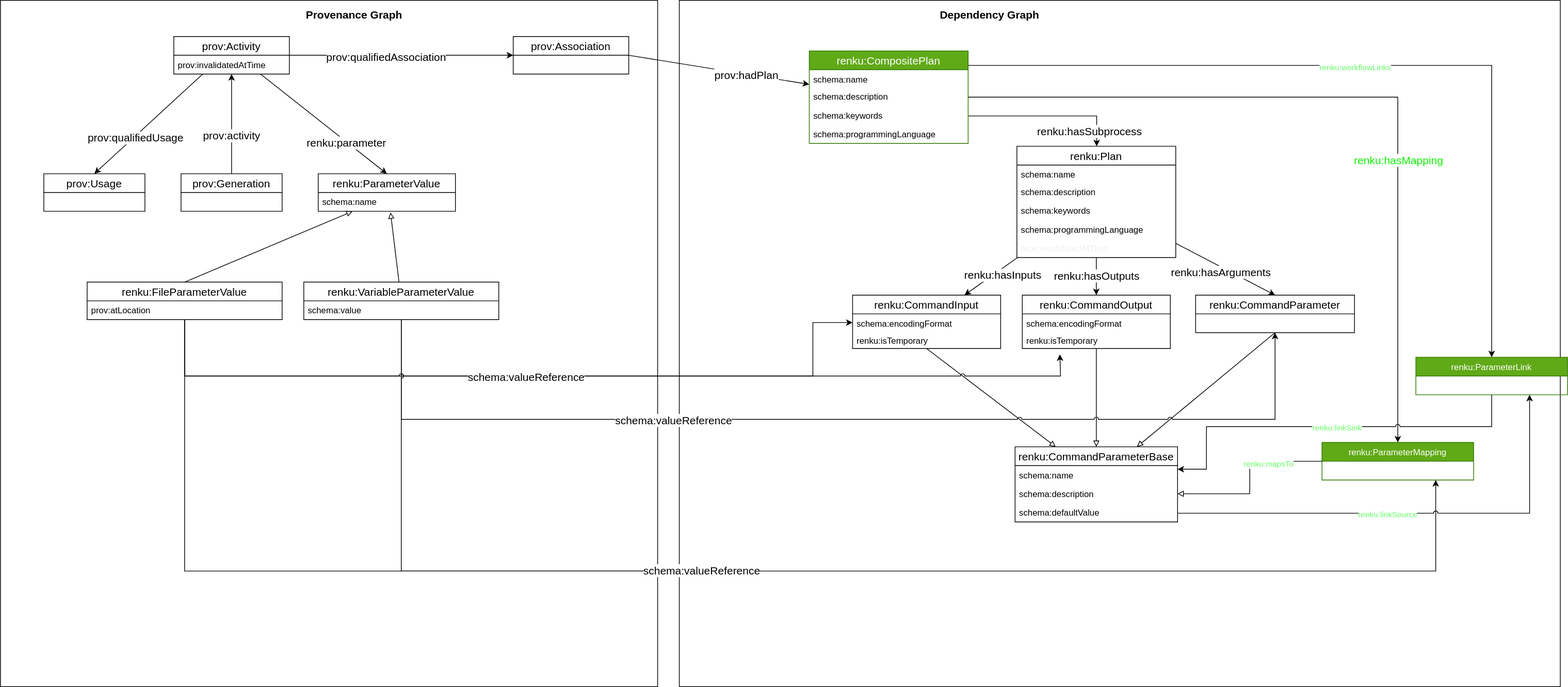
Before: design/001-new-workflow-commands/grouped-run-metadata.svg, a diagram exported from draw.io (SwissDataScienceCenter/renku-python). Source tidied: cells renumbered, new cells last; positions are measured from the earlier drawing's top-left corner, leaving out a move shared by most shapes.
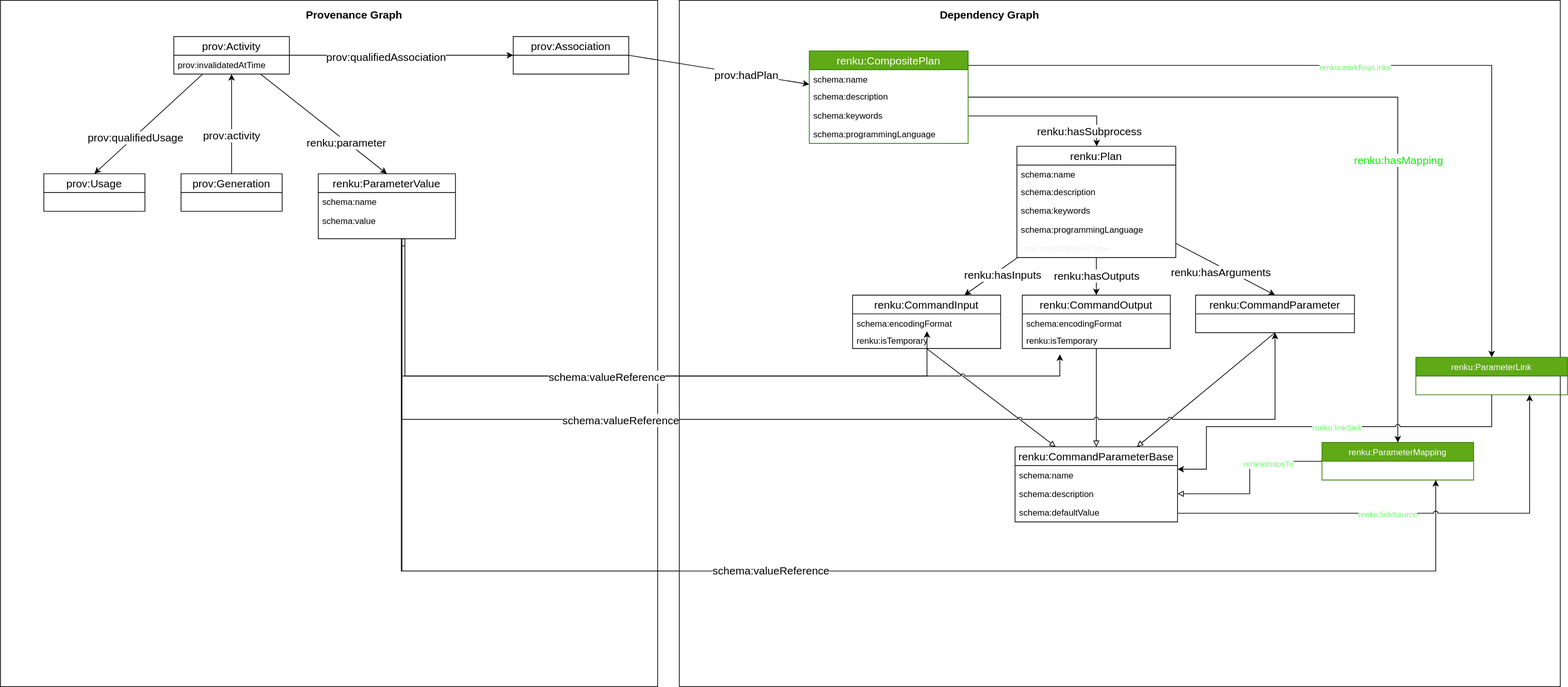
The same file after the commit.

The edit, as a diff of the source:
```diff
@@ -18,7 +18,7 @@
       <mxGeometry x="250" y="240" width="140" height="52" as="geometry" />
     </mxCell>
     <mxCell id="7" value="renku:ParameterValue" style="swimlane;fontStyle=0;horizontal=1;startSize=26;fillColor=none;fontSize=15;" parent="1" vertex="1">
-      <mxGeometry x="440" y="240" width="190" height="52" as="geometry" />
+      <mxGeometry x="440" y="240" width="190" height="90" as="geometry" />
     </mxCell>
     <mxCell id="8" style="endArrow=classic;html=1;fontSize=15;exitX=0.25;exitY=1;exitDx=0;exitDy=0;entryX=0.5;entryY=0;entryDx=0;entryDy=0;" parent="1" edge="1" source="4" target="5">
       <mxGeometry relative="1" as="geometry" />
@@ -38,29 +38,18 @@
     <mxCell id="13" value="renku:parameter" style="edgeLabel;html=1;align=center;verticalAlign=middle;fontSize=15;" parent="12" vertex="1">
       <mxGeometry x="0.37" y="-1" relative="1" as="geometry" />
     </mxCell>
-    <mxCell id="14" value="renku:FileParameterValue" style="swimlane;fontStyle=0;horizontal=1;startSize=26;fillColor=none;fontSize=15;" parent="1" vertex="1">
-      <mxGeometry x="120" y="390" width="270" height="52" as="geometry" />
-    </mxCell>
-    <mxCell id="15" value="prov:atLocation" style="text;strokeColor=none;fillColor=none;align=left;verticalAlign=top;spacingLeft=4;spacingRight=4;overflow=hidden;" parent="14" vertex="1">
-      <mxGeometry y="26" width="270" height="26" as="geometry" />
-    </mxCell>
     <mxCell id="16" value="schema:name" style="text;strokeColor=none;fillColor=none;align=left;verticalAlign=top;spacingLeft=4;spacingRight=4;overflow=hidden;points=[[0,0.5],[1,0.5]];portConstraint=eastwest;" parent="1" vertex="1">
       <mxGeometry x="440" y="266" width="190" height="26" as="geometry" />
     </mxCell>
-    <mxCell id="17" style="edgeStyle=orthogonalEdgeStyle;rounded=0;jettySize=auto;html=1;entryX=0.75;entryY=1;entryDx=0;entryDy=0;startArrow=none;startFill=0;endArrow=classic;endFill=1;fontColor=#FFFFFF;" parent="1" edge="1" source="18" target="73">
+    <mxCell id="17" style="edgeStyle=orthogonalEdgeStyle;rounded=0;jettySize=auto;html=1;entryX=0.75;entryY=1;entryDx=0;entryDy=0;startArrow=none;startFill=0;endArrow=classic;endFill=1;fontColor=#FFFFFF;" parent="1" edge="1" target="73">
       <mxGeometry relative="1" as="geometry">
+        <mxPoint x="555" y="442" as="sourcePoint" />
         <Array as="points">
           <mxPoint x="555" y="790" />
           <mxPoint x="1988" y="790" />
         </Array>
       </mxGeometry>
     </mxCell>
-    <mxCell id="18" value="renku:VariableParameterValue" style="swimlane;fontStyle=0;horizontal=1;startSize=26;fillColor=none;fontSize=15;" parent="1" vertex="1">
-      <mxGeometry x="420" y="390" width="270" height="52" as="geometry" />
-    </mxCell>
-    <mxCell id="19" value="schema:value" style="text;strokeColor=none;fillColor=none;align=left;verticalAlign=top;spacingLeft=4;spacingRight=4;overflow=hidden;" parent="18" vertex="1">
-      <mxGeometry y="26" width="270" height="26" as="geometry" />
-    </mxCell>
     <mxCell id="20" style="rounded=0;whiteSpace=wrap;html=1;fontSize=15;" parent="1" vertex="1">
       <mxGeometry x="940" width="1220" height="950" as="geometry" />
     </mxCell>
@@ -91,7 +80,7 @@
         <mxPoint x="14.4" y="11.7" as="offset" />
       </mxGeometry>
     </mxCell>
-    <mxCell id="28" value="renku:Run" style="swimlane;fontStyle=0;horizontal=1;startSize=26;fillColor=none;fontSize=15;" parent="1" vertex="1">
+    <mxCell id="28" value="renku:Plan" style="swimlane;fontStyle=0;horizontal=1;startSize=26;fillColor=none;fontSize=15;" parent="1" vertex="1">
       <mxGeometry x="1407.5" y="202" width="220" height="154" as="geometry" />
     </mxCell>
     <mxCell id="29" value="schema:name" style="text;strokeColor=none;fillColor=none;align=left;verticalAlign=top;spacingLeft=4;spacingRight=4;overflow=hidden;" parent="28" vertex="1">
@@ -109,12 +98,6 @@
     <mxCell id="33" value="prov:invalidatedAtTime" style="text;align=left;verticalAlign=top;spacingLeft=4;spacingRight=4;overflow=hidden;fontColor=#F0F0F0;" parent="28" vertex="1">
       <mxGeometry y="128" width="220" height="26" as="geometry" />
     </mxCell>
-    <mxCell id="34" style="endArrow=block;html=1;fontSize=15;exitX=0.5;exitY=0;exitDx=0;exitDy=0;entryX=0.25;entryY=1;entryDx=0;entryDy=0;endFill=0;" parent="1" edge="1" source="14" target="7">
-      <mxGeometry relative="1" as="geometry" />
-    </mxCell>
-    <mxCell id="35" style="endArrow=block;html=1;fontSize=15;entryX=0.527;entryY=1.066;entryDx=0;entryDy=0;entryPerimeter=0;endFill=0;" parent="1" edge="1" source="18" target="16">
-      <mxGeometry relative="1" as="geometry" />
-    </mxCell>
     <mxCell id="36" value="prov:Association" style="swimlane;fontStyle=0;horizontal=1;startSize=26;fillColor=none;fontSize=15;" parent="1" vertex="1">
       <mxGeometry x="710" y="50" width="160" height="52" as="geometry" />
     </mxCell>
@@ -182,28 +165,32 @@
     <mxCell id="56" style="endArrow=block;html=1;fontSize=15;exitX=0.5;exitY=1;exitDx=0;exitDy=0;entryX=0.75;entryY=0;entryDx=0;entryDy=0;endFill=0;" parent="1" edge="1" source="47" target="50">
       <mxGeometry relative="1" as="geometry" />
     </mxCell>
-    <mxCell id="57" style="edgeStyle=orthogonalEdgeStyle;rounded=0;jettySize=auto;html=1;endArrow=classic;endFill=1;fontSize=15;" parent="1" edge="1" source="14" target="42">
+    <mxCell id="57" style="edgeStyle=orthogonalEdgeStyle;rounded=0;jettySize=auto;html=1;endArrow=classic;endFill=1;fontSize=15;" parent="1" edge="1" target="42">
       <mxGeometry relative="1" as="geometry">
+        <mxPoint x="560" y="330" as="sourcePoint" />
         <Array as="points">
-          <mxPoint x="255" y="520" />
-          <mxPoint x="1125" y="520" />
+          <mxPoint x="560" y="520" />
+          <mxPoint x="1283" y="520" />
         </Array>
       </mxGeometry>
     </mxCell>
-    <mxCell id="58" style="edgeStyle=orthogonalEdgeStyle;rounded=0;jettySize=auto;html=1;endArrow=classic;endFill=1;fontSize=15;jumpStyle=arc;" parent="1" edge="1" source="14">
+    <mxCell id="58" style="edgeStyle=orthogonalEdgeStyle;rounded=0;orthogonalLoop=1;jettySize=auto;html=1;endArrow=classic;endFill=1;fontSize=15;jumpStyle=arc;" parent="1" edge="1">
       <mxGeometry relative="1" as="geometry">
+        <mxPoint x="560" y="340" as="sourcePoint" />
         <mxPoint x="1467" y="490" as="targetPoint" />
         <Array as="points">
-          <mxPoint x="255" y="520" />
-          <mxPoint x="1468" y="520" />
+          <mxPoint x="555" y="340" />
+          <mxPoint x="555" y="520" />
+          <mxPoint x="1467" y="520" />
         </Array>
       </mxGeometry>
     </mxCell>
     <mxCell id="59" value="schema:valueReference" style="edgeLabel;html=1;align=center;verticalAlign=middle;fontSize=15;" parent="58" vertex="1">
       <mxGeometry x="-0.17" relative="1" as="geometry" />
     </mxCell>
-    <mxCell id="60" style="edgeStyle=orthogonalEdgeStyle;rounded=0;jettySize=auto;html=1;entryX=0.5;entryY=1;entryDx=0;entryDy=0;endArrow=classic;endFill=1;fontSize=15;jumpStyle=arc;" parent="1" edge="1" source="18" target="47">
+    <mxCell id="60" style="edgeStyle=orthogonalEdgeStyle;rounded=0;jettySize=auto;html=1;entryX=0.5;entryY=1;entryDx=0;entryDy=0;endArrow=classic;endFill=1;fontSize=15;jumpStyle=arc;" parent="1" edge="1" target="47">
       <mxGeometry relative="1" as="geometry">
+        <mxPoint x="555" y="330" as="sourcePoint" />
         <Array as="points">
           <mxPoint x="555" y="580" />
           <mxPoint x="1765" y="580" />
@@ -243,7 +230,7 @@
     <mxCell id="67" value="renku:workflowLinks" style="edgeLabel;html=1;align=center;verticalAlign=middle;fontColor=#66FF66;" parent="66" vertex="1">
       <mxGeometry x="-0.05" y="-2" relative="1" as="geometry" />
     </mxCell>
-    <mxCell id="68" value="renku:GroupedRun" style="swimlane;fontStyle=0;horizontal=1;startSize=26;fillColor=#60a917;fontSize=15;strokeColor=#2D7600;fontColor=#ffffff;" parent="1" vertex="1">
+    <mxCell id="68" value="renku:CompositePlan" style="swimlane;fontStyle=0;horizontal=1;startSize=26;fillColor=#60a917;fontSize=15;strokeColor=#2D7600;fontColor=#ffffff;" parent="1" vertex="1">
       <mxGeometry x="1120" y="70" width="220" height="128" as="geometry" />
     </mxCell>
     <mxCell id="69" value="schema:name" style="text;strokeColor=none;fillColor=none;align=left;verticalAlign=top;spacingLeft=4;spacingRight=4;overflow=hidden;" parent="68" vertex="1">
@@ -267,10 +254,12 @@
     <mxCell id="75" value="renku:mapsTo" style="edgeLabel;html=1;align=center;verticalAlign=middle;fontColor=#66FF66;" parent="74" vertex="1">
       <mxGeometry x="0.39" y="-3" relative="1" as="geometry" />
     </mxCell>
-    <mxCell id="76" style="edgeStyle=orthogonalEdgeStyle;rounded=0;jettySize=auto;html=1;startArrow=none;startFill=0;endArrow=classic;endFill=1;fontColor=#0FF007;entryX=0.75;entryY=1;entryDx=0;entryDy=0;" parent="1" edge="1" source="14" target="73">
+    <mxCell id="76" style="edgeStyle=orthogonalEdgeStyle;rounded=0;jettySize=auto;html=1;startArrow=none;startFill=0;endArrow=classic;endFill=1;fontColor=#0FF007;entryX=0.75;entryY=1;entryDx=0;entryDy=0;" parent="1" edge="1" target="73">
       <mxGeometry relative="1" as="geometry">
+        <mxPoint x="560" y="330" as="sourcePoint" />
         <Array as="points">
-          <mxPoint x="255" y="790" />
+          <mxPoint x="556" y="330" />
+          <mxPoint x="556" y="790" />
           <mxPoint x="1988" y="790" />
         </Array>
       </mxGeometry>
@@ -296,5 +285,8 @@
     <mxCell id="81" value="renku:ParameterLink" style="swimlane;fontStyle=0;horizontal=1;startSize=26;fillColor=#60a917;strokeColor=#2D7600;fontColor=#ffffff;" parent="1" vertex="1">
       <mxGeometry x="1960" y="494" width="210" height="52" as="geometry" />
     </mxCell>
+    <mxCell id="19" value="schema:value" style="text;strokeColor=none;fillColor=none;align=left;verticalAlign=top;spacingLeft=4;spacingRight=4;overflow=hidden;" parent="1" vertex="1">
+      <mxGeometry x="440" y="292" width="270" height="26" as="geometry" />
+    </mxCell>
   </root>
 </mxGraphModel>
```
